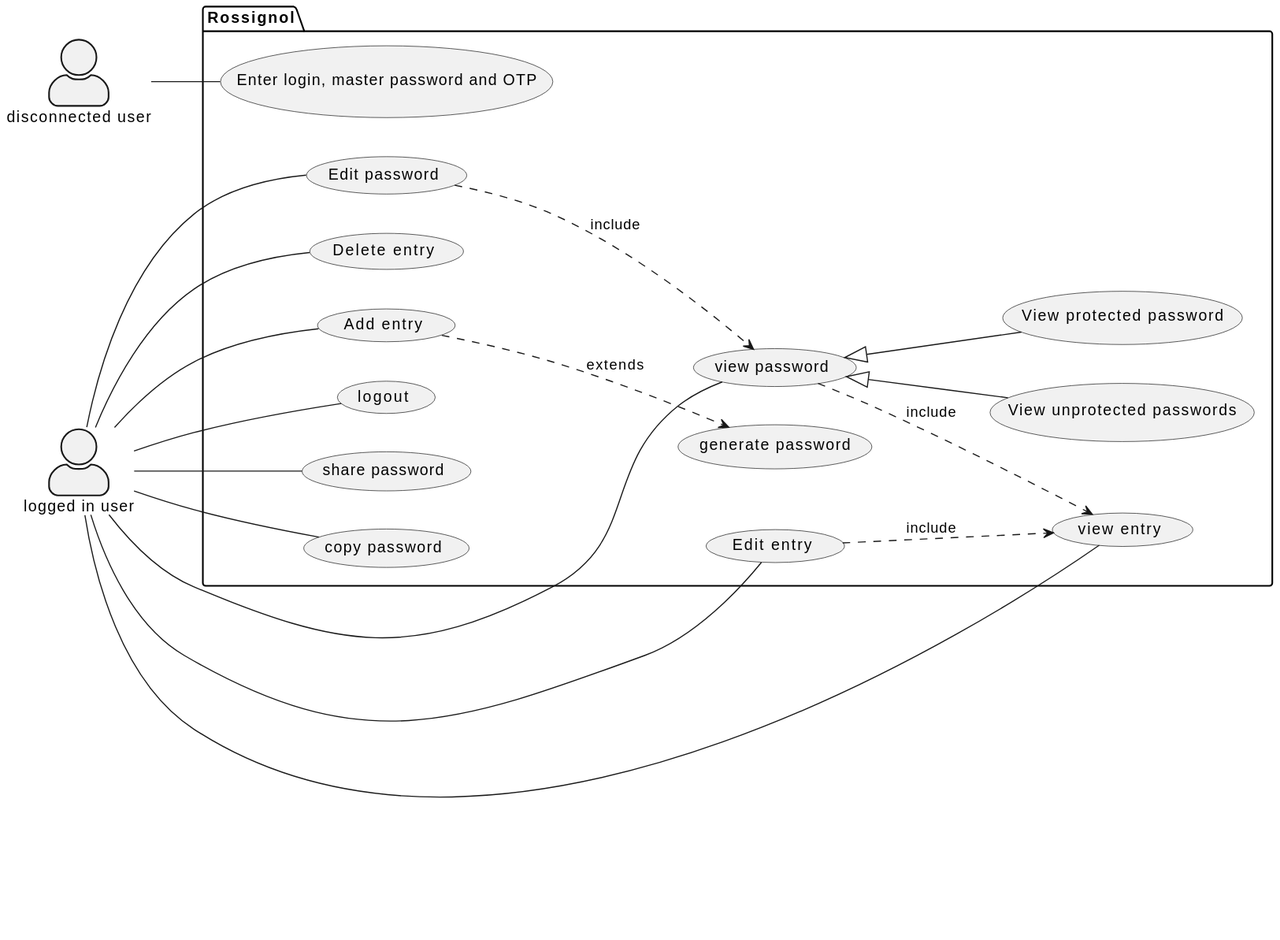
Earlier version of the PlantUML export Documentation/conception/Initial design/use_case_diagram/use_case.svg (EllLG1211/Rossignol). Source of this version:
```plantuml
@startuml
left to right direction
skinparam actorStyle awesome
actor "disconnected user" as duser
actor "logged in user" as luser

package Rossignol{
  usecase "Enter login, master password and OTP" as UC1
  usecase "view password" as UC0
  usecase "view entry" as UCVE
  usecase "View unprotected passwords" as UC3
  usecase "View protected password" as UC4
  usecase "Edit password" as UCE
  usecase "Delete entry" as UCD
  usecase "Edit entry" as UCP
  usecase "Add entry" as UCAE
  usecase "logout" as UCX
  usecase "share password" as USS
  usecase "copy password" as USCP
  usecase "generate password" as UPG
}
duser -- UC1
luser -- UCX
luser -- UC0
UC0 <|-- UC3
UC0 <|-- UC4
luser -- UCD
luser -- UCE
luser -- UCP
luser -- USS
luser -- UCAE
luser -- USCP
luser -- UCVE
UC0 ..> UCVE : include
UCP ..> UCVE : include
UCE ..> UC0 : include
UCAE ..> UPG : extends
@enduml
```
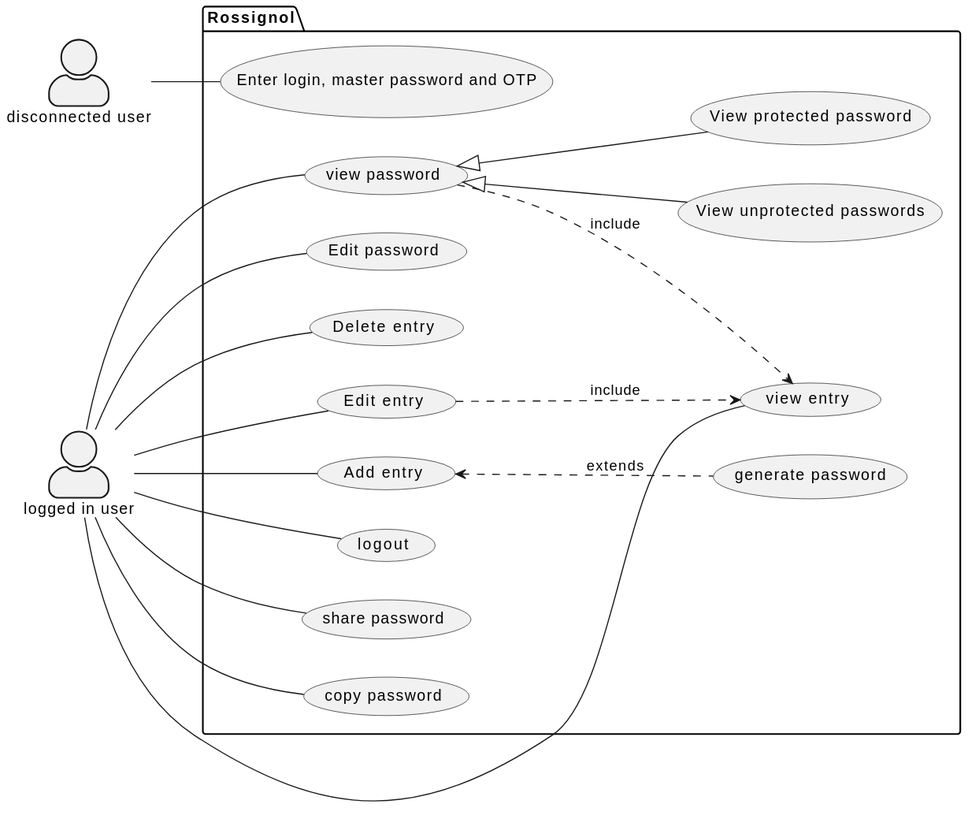
The same file after the commit.

Commit message:
edit use case diagram

Change to the diagram source:
```diff
@@ -33,6 +33,5 @@
 luser -- UCVE
 UC0 ..> UCVE : include
 UCP ..> UCVE : include
-UCE ..> UC0 : include
-UCAE ..> UPG : extends
+UCAE <.. UPG : extends
 @enduml
```
